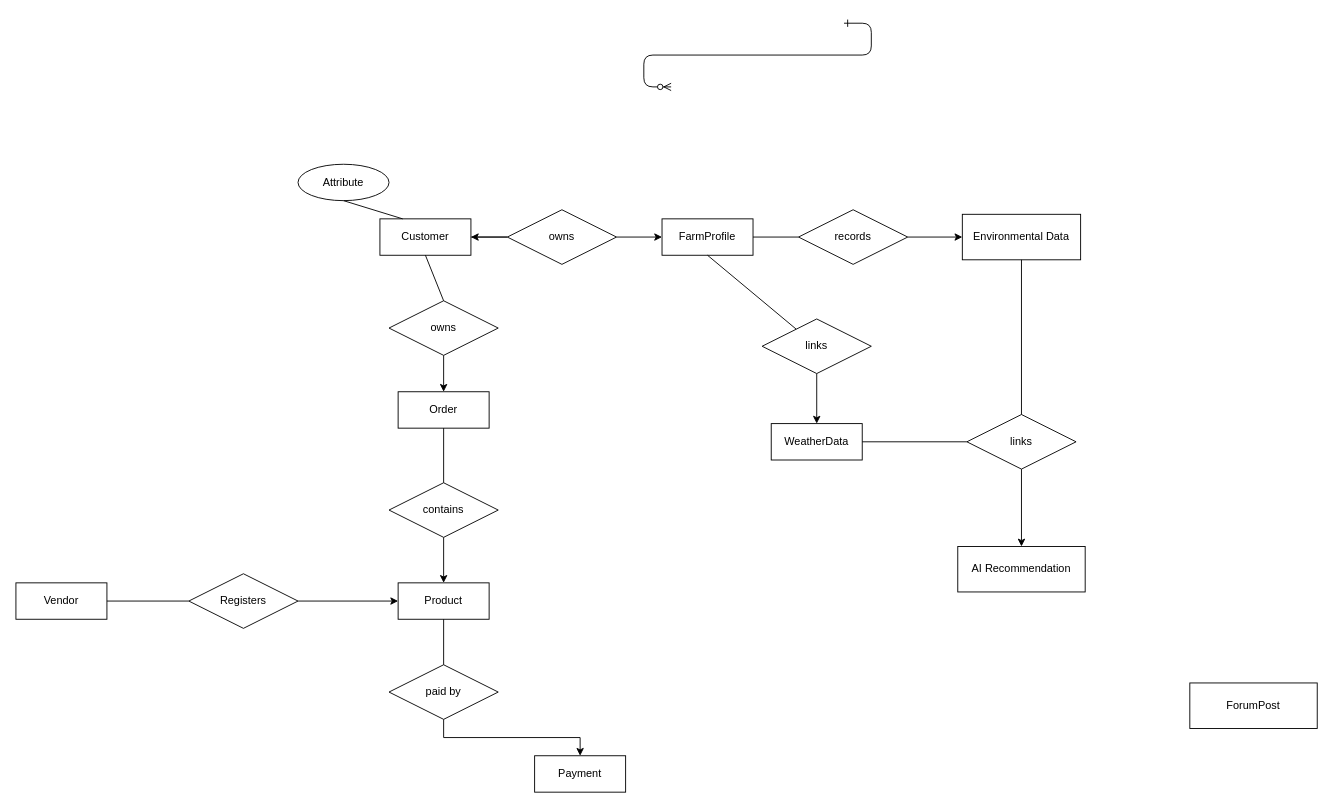
The draw.io diagram ERD_Verdant.drawio in VerdantTech-Solution/Documents, before the edit. Source tidied: cells renumbered, new cells numbered last; positions are measured from the earlier drawing's top-left corner, leaving out a move shared by most shapes. Both pictures are drawn from the tidied source at 91%, with x=0, y=0 at pixel (15, 23).
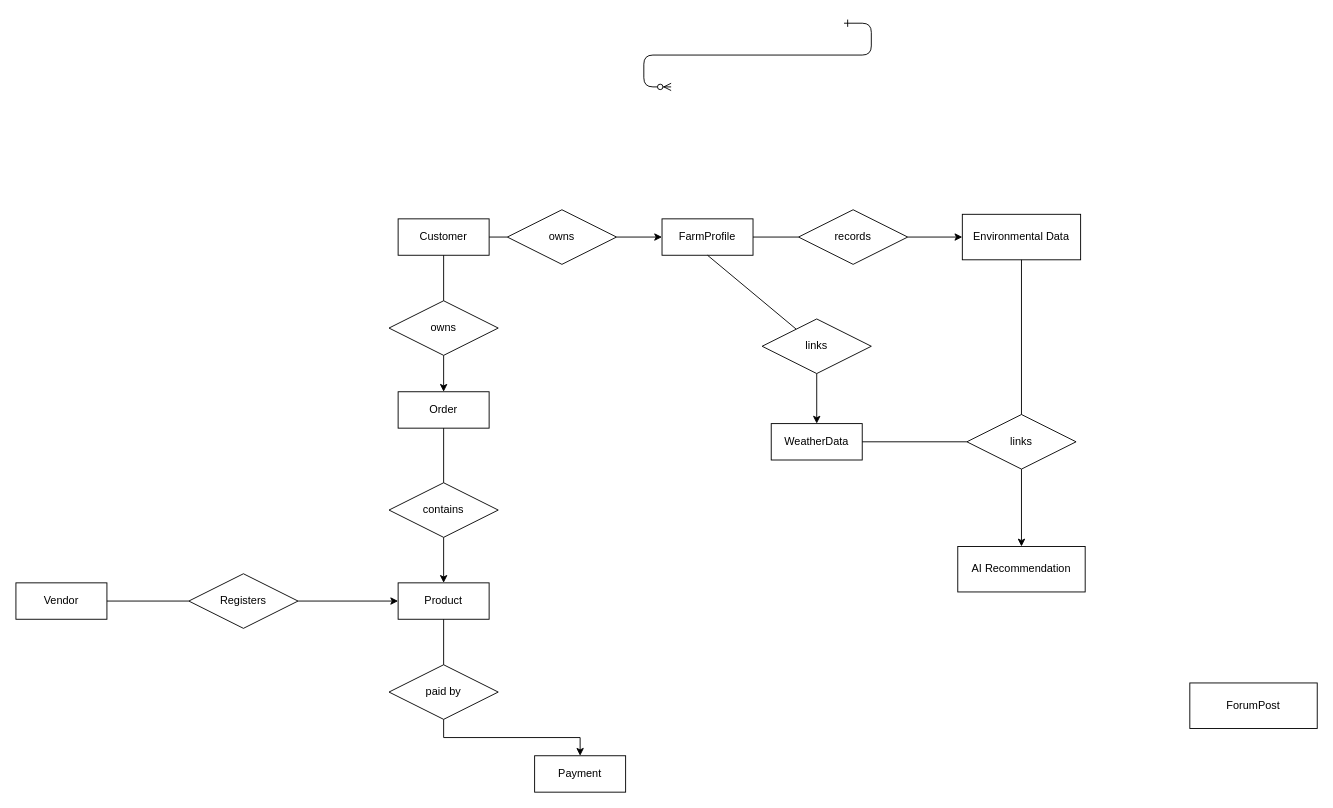
The same diagram, later.

Unchanged cells that the change refers to:
```xml
<mxCell id="17" value="owns" style="shape=rhombus;perimeter=rhombusPerimeter;whiteSpace=wrap;html=1;align=center;" parent="1" vertex="1">
  <mxGeometry x="540" y="205" width="120" height="60" as="geometry" />
</mxCell>
```

The edit, as a diff of the source:
```diff
@@
     <mxCell id="3" value="Customer" style="whiteSpace=wrap;html=1;align=center;" parent="1" vertex="1">
-      <mxGeometry x="400" y="215" width="100" height="40" as="geometry" />
+      <mxGeometry x="420" y="215" width="100" height="40" as="geometry" />
     </mxCell>
-    <mxCell id="4" value="Attribute" style="ellipse;whiteSpace=wrap;html=1;align=center;" parent="1" vertex="1">
-      <mxGeometry x="310" y="155" width="100" height="40" as="geometry" />
-    </mxCell>
@@
-    <mxCell id="6" style="endArrow=none;html=1;rounded=0;entryX=0.5;entryY=1;entryDx=0;entryDy=0;exitX=0.25;exitY=0;exitDx=0;exitDy=0;" parent="1" edge="1" source="3" target="4">
-      <mxGeometry relative="1" as="geometry" />
-    </mxCell>
@@
-    <mxCell id="16" style="edgeStyle=orthogonalEdgeStyle;rounded=0;jettySize=auto;html=1;" parent="1" edge="1" source="17" target="3">
-      <mxGeometry relative="1" as="geometry" />
-    </mxCell>
@@
-    <mxCell id="18" style="endArrow=none;html=1;rounded=0;exitX=1;exitY=0.5;exitDx=0;exitDy=0;entryX=0;entryY=0.5;entryDx=0;entryDy=0;" parent="1" edge="1" source="3" target="17">
-      <mxGeometry relative="1" as="geometry" />
-    </mxCell>
@@
+    <mxCell id="18" style="endArrow=none;html=1;rounded=0;exitX=1;exitY=0.5;exitDx=0;exitDy=0;entryX=0;entryY=0.5;entryDx=0;entryDy=0;" parent="1" edge="1" source="3" target="17">
+      <mxGeometry relative="1" as="geometry" />
+    </mxCell>
```
